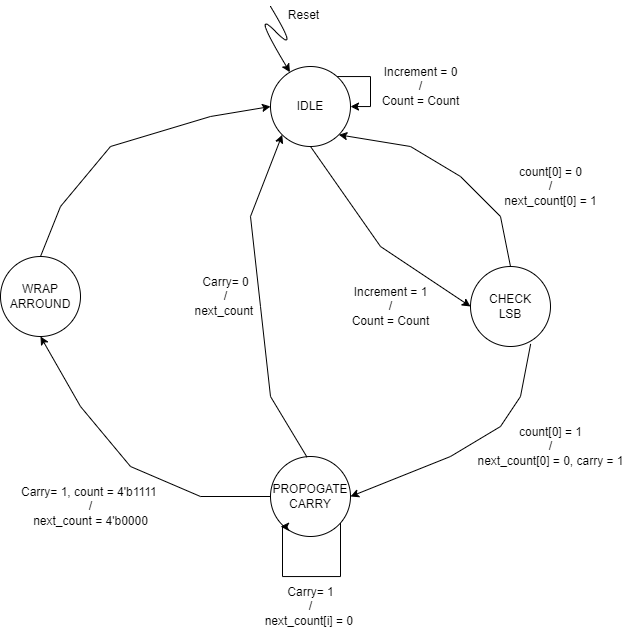
Earlier version of the draw.io export Hamza/src/Sequential Circuit/Binary Adder/docs/STG.drawio.png (medsuet/Xcelerium-IC-Design-Training). Source tidied: cells renumbered, new cells last; positions are measured from the earlier drawing's top-left corner, leaving out a move shared by most shapes.
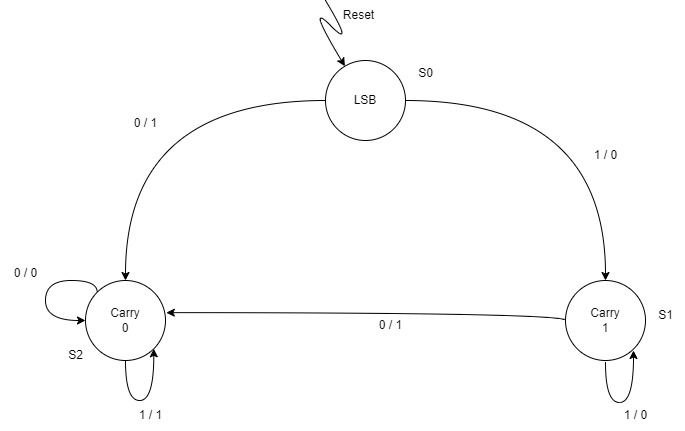
Later version of the same file.

What changed in the source:
```diff
@@ -2,121 +2,93 @@
   <root>
     <mxCell id="0" />
     <mxCell id="1" parent="0" />
-    <mxCell id="2" style="edgeStyle=orthogonalEdgeStyle;rounded=0;orthogonalLoop=1;jettySize=auto;html=1;" parent="1" edge="1" source="3" target="3">
-      <mxGeometry relative="1" as="geometry">
-        <Array as="points">
-          <mxPoint x="370" y="76" />
-          <mxPoint x="370" y="106" />
-        </Array>
-      </mxGeometry>
-    </mxCell>
+    <mxCell id="23" style="edgeStyle=orthogonalEdgeStyle;rounded=0;jettySize=auto;html=1;entryX=0.5;entryY=0;entryDx=0;entryDy=0;curved=1;" parent="1" edge="1" source="3" target="6">
+      <mxGeometry relative="1" as="geometry" />
+    </mxCell>
+    <mxCell id="10" style="edgeStyle=orthogonalEdgeStyle;rounded=0;jettySize=auto;html=1;entryX=0.5;entryY=0;entryDx=0;entryDy=0;curved=1;" parent="1" edge="1" source="3" target="4">
+      <mxGeometry relative="1" as="geometry" />
+    </mxCell>
-    <mxCell id="3" value="IDLE" style="ellipse;whiteSpace=wrap;html=1;" parent="1" vertex="1">
-      <mxGeometry x="270" y="66" width="80" height="80" as="geometry" />
+    <mxCell id="3" value="LSB" style="ellipse;whiteSpace=wrap;html=1;" parent="1" vertex="1">
+      <mxGeometry x="270" y="26" width="80" height="80" as="geometry" />
     </mxCell>
+    <mxCell id="24" style="edgeStyle=orthogonalEdgeStyle;rounded=0;jettySize=auto;html=1;curved=1;exitX=0;exitY=0.5;exitDx=0;exitDy=0;entryX=1.01;entryY=0.402;entryDx=0;entryDy=0;entryPerimeter=0;" parent="1" edge="1" source="4" target="6">
+      <mxGeometry relative="1" as="geometry">
+        <Array as="points">
+          <mxPoint x="510" y="278" />
+        </Array>
+      </mxGeometry>
+    </mxCell>
-    <mxCell id="4" value="CHECK&lt;div&gt;LSB&lt;/div&gt;" style="ellipse;whiteSpace=wrap;html=1;" parent="1" vertex="1">
-      <mxGeometry x="470" y="266" width="80" height="80" as="geometry" />
+    <mxCell id="4" value="Carry&lt;div&gt;1&lt;/div&gt;" style="ellipse;whiteSpace=wrap;html=1;" parent="1" vertex="1">
+      <mxGeometry x="510" y="246" width="80" height="80" as="geometry" />
     </mxCell>
-    <mxCell id="5" value="PROPOGATE&lt;div&gt;CARRY&lt;/div&gt;" style="ellipse;whiteSpace=wrap;html=1;" parent="1" vertex="1">
-      <mxGeometry x="270" y="456" width="80" height="80" as="geometry" />
-    </mxCell>
+    <mxCell id="25" style="edgeStyle=orthogonalEdgeStyle;rounded=0;orthogonalLoop=1;jettySize=auto;html=1;curved=1;entryX=1;entryY=1;entryDx=0;entryDy=0;" parent="1" edge="1" source="6" target="6">
+      <mxGeometry relative="1" as="geometry">
+        <Array as="points">
+          <mxPoint x="70" y="366" />
+          <mxPoint x="98" y="366" />
+        </Array>
+      </mxGeometry>
+    </mxCell>
-    <mxCell id="6" value="WRAP&lt;div&gt;ARROUND&lt;/div&gt;" style="ellipse;whiteSpace=wrap;html=1;" parent="1" vertex="1">
-      <mxGeometry y="256" width="80" height="80" as="geometry" />
+    <mxCell id="6" value="Carry&lt;div&gt;0&lt;/div&gt;" style="ellipse;whiteSpace=wrap;html=1;" parent="1" vertex="1">
+      <mxGeometry x="30" y="246" width="80" height="80" as="geometry" />
     </mxCell>
     <mxCell id="7" style="curved=1;endArrow=classic;html=1;rounded=0;" parent="1" edge="1" target="3">
       <mxGeometry relative="1" as="geometry">
-        <mxPoint x="270" y="6" as="sourcePoint" />
+        <mxPoint x="270" y="-34" as="sourcePoint" />
         <Array as="points">
-          <mxPoint x="300" y="56" />
-          <mxPoint x="250" y="6" />
+          <mxPoint x="300" y="16" />
+          <mxPoint x="250" y="-34" />
         </Array>
       </mxGeometry>
     </mxCell>
     <mxCell id="8" value="Reset" style="text;html=1;align=center;verticalAlign=middle;strokeColor=none;fillColor=none;" parent="1" vertex="1">
-      <mxGeometry x="278" width="50" height="30" as="geometry" />
+      <mxGeometry x="278" y="-34" width="50" height="30" as="geometry" />
     </mxCell>
-    <mxCell id="9" value="Increment = 0&lt;div&gt;/&lt;/div&gt;&lt;div&gt;Count = Count&lt;/div&gt;" style="text;html=1;align=center;verticalAlign=middle;strokeColor=none;fillColor=none;" parent="1" vertex="1">
-      <mxGeometry x="370" y="56" width="100" height="60" as="geometry" />
-    </mxCell>
-    <mxCell id="10" style="endArrow=classic;html=1;rounded=0;exitX=0.5;exitY=1;exitDx=0;exitDy=0;entryX=0;entryY=0.5;entryDx=0;entryDy=0;" parent="1" edge="1" source="3" target="4">
-      <mxGeometry relative="1" as="geometry">
-        <Array as="points">
-          <mxPoint x="380" y="246" />
-        </Array>
-      </mxGeometry>
-    </mxCell>
-    <mxCell id="11" style="endArrow=classic;html=1;rounded=0;entryX=0;entryY=0.5;entryDx=0;entryDy=0;exitX=0.5;exitY=0;exitDx=0;exitDy=0;" parent="1" edge="1" source="6" target="3">
-      <mxGeometry relative="1" as="geometry">
-        <Array as="points">
-          <mxPoint x="60" y="206" />
-          <mxPoint x="110" y="146" />
-          <mxPoint x="210" y="116" />
-        </Array>
-      </mxGeometry>
-    </mxCell>
-    <mxCell id="12" style="endArrow=classic;html=1;rounded=0;entryX=1;entryY=1;entryDx=0;entryDy=0;" parent="1" edge="1" target="3">
-      <mxGeometry relative="1" as="geometry">
-        <mxPoint x="510" y="266" as="sourcePoint" />
-        <Array as="points">
-          <mxPoint x="500" y="216" />
-          <mxPoint x="460" y="176" />
-          <mxPoint x="410" y="146" />
-        </Array>
-      </mxGeometry>
-    </mxCell>
-    <mxCell id="13" style="endArrow=classic;html=1;rounded=0;exitX=0.752;exitY=0.968;exitDx=0;exitDy=0;entryX=1;entryY=0.5;entryDx=0;entryDy=0;exitPerimeter=0;" parent="1" edge="1" source="4" target="5">
-      <mxGeometry relative="1" as="geometry">
-        <Array as="points">
-          <mxPoint x="520" y="396" />
-          <mxPoint x="500" y="426" />
-          <mxPoint x="450" y="456" />
-        </Array>
-      </mxGeometry>
-    </mxCell>
-    <mxCell id="14" style="edgeStyle=orthogonalEdgeStyle;rounded=0;jettySize=auto;html=1;" parent="1" edge="1" source="5">
-      <mxGeometry relative="1" as="geometry">
-        <mxPoint x="280" y="526" as="targetPoint" />
-        <Array as="points">
-          <mxPoint x="340" y="576" />
-          <mxPoint x="282" y="576" />
-          <mxPoint x="282" y="526" />
-        </Array>
-      </mxGeometry>
-    </mxCell>
-    <mxCell id="15" style="endArrow=classic;html=1;rounded=0;exitX=0;exitY=0.5;exitDx=0;exitDy=0;entryX=0.5;entryY=1;entryDx=0;entryDy=0;" parent="1" edge="1" source="5" target="6">
-      <mxGeometry relative="1" as="geometry">
-        <Array as="points">
-          <mxPoint x="200" y="496" />
-          <mxPoint x="130" y="466" />
-          <mxPoint x="80" y="406" />
-        </Array>
-      </mxGeometry>
-    </mxCell>
-    <mxCell id="16" style="endArrow=classic;html=1;rounded=0;entryX=0;entryY=1;entryDx=0;entryDy=0;exitX=0.457;exitY=0.009;exitDx=0;exitDy=0;exitPerimeter=0;" parent="1" edge="1" source="5" target="3">
-      <mxGeometry relative="1" as="geometry">
-        <Array as="points">
-          <mxPoint x="270" y="396" />
-          <mxPoint x="260" y="306" />
-          <mxPoint x="250" y="216" />
-        </Array>
-      </mxGeometry>
-    </mxCell>
-    <mxCell id="17" value="count[0] = 0&lt;div&gt;/&lt;/div&gt;&lt;div&gt;next_count[0] = 1&lt;/div&gt;" style="text;html=1;align=center;verticalAlign=middle;strokeColor=none;fillColor=none;" parent="1" vertex="1">
-      <mxGeometry x="490" y="156" width="120" height="60" as="geometry" />
-    </mxCell>
-    <mxCell id="18" value="Increment = 1&lt;div&gt;/&lt;/div&gt;&lt;div&gt;Count = Count&lt;/div&gt;" style="text;html=1;align=center;verticalAlign=middle;strokeColor=none;fillColor=none;" parent="1" vertex="1">
-      <mxGeometry x="340" y="276" width="100" height="60" as="geometry" />
-    </mxCell>
-    <mxCell id="19" value="count[0] = 1&lt;div&gt;/&lt;/div&gt;&lt;div&gt;next_count[0] = 0, carry = 1&lt;/div&gt;" style="text;html=1;align=center;verticalAlign=middle;strokeColor=none;fillColor=none;" parent="1" vertex="1">
-      <mxGeometry x="465" y="416" width="170" height="60" as="geometry" />
-    </mxCell>
-    <mxCell id="20" value="Carry= 0&lt;div&gt;/&lt;/div&gt;&lt;div&gt;next_count&amp;nbsp;&lt;/div&gt;" style="text;html=1;align=center;verticalAlign=middle;strokeColor=none;fillColor=none;" parent="1" vertex="1">
-      <mxGeometry x="180" y="266" width="90" height="60" as="geometry" />
-    </mxCell>
-    <mxCell id="21" value="Carry= 1&lt;div&gt;/&lt;/div&gt;&lt;div&gt;next_count[i] = 0&amp;nbsp;&lt;/div&gt;" style="text;html=1;align=center;verticalAlign=middle;strokeColor=none;fillColor=none;" parent="1" vertex="1">
-      <mxGeometry x="250" y="576" width="120" height="60" as="geometry" />
-    </mxCell>
-    <mxCell id="22" value="Carry= 1, count = 4'b1111&amp;nbsp;&lt;div&gt;/&lt;/div&gt;&lt;div&gt;next_count = 4'b0000&lt;/div&gt;" style="text;html=1;align=center;verticalAlign=middle;strokeColor=none;fillColor=none;" parent="1" vertex="1">
-      <mxGeometry x="10" y="476" width="160" height="60" as="geometry" />
-    </mxCell>
+    <mxCell id="26" style="edgeStyle=orthogonalEdgeStyle;rounded=0;orthogonalLoop=1;jettySize=auto;html=1;curved=1;entryX=0;entryY=0.5;entryDx=0;entryDy=0;exitX=0;exitY=0;exitDx=0;exitDy=0;" parent="1" edge="1" source="6" target="6">
+      <mxGeometry relative="1" as="geometry">
+        <Array as="points">
+          <mxPoint x="42" y="246" />
+          <mxPoint x="-10" y="246" />
+          <mxPoint x="-10" y="286" />
+        </Array>
+      </mxGeometry>
+    </mxCell>
+    <mxCell id="27" style="edgeStyle=orthogonalEdgeStyle;rounded=0;orthogonalLoop=1;jettySize=auto;html=1;curved=1;entryX=1;entryY=1;entryDx=0;entryDy=0;" parent="1" edge="1">
+      <mxGeometry relative="1" as="geometry">
+        <mxPoint x="550" y="328" as="sourcePoint" />
+        <mxPoint x="578" y="316" as="targetPoint" />
+        <Array as="points">
+          <mxPoint x="550" y="368" />
+          <mxPoint x="578" y="368" />
+        </Array>
+      </mxGeometry>
+    </mxCell>
+    <mxCell id="28" value="S0" style="text;html=1;align=center;verticalAlign=middle;strokeColor=none;fillColor=none;" parent="1" vertex="1">
+      <mxGeometry x="350" y="24" width="40" height="30" as="geometry" />
+    </mxCell>
+    <mxCell id="29" value="S1" style="text;html=1;align=center;verticalAlign=middle;strokeColor=none;fillColor=none;" parent="1" vertex="1">
+      <mxGeometry x="590" y="266" width="40" height="30" as="geometry" />
+    </mxCell>
+    <mxCell id="30" value="S2" style="text;html=1;align=center;verticalAlign=middle;strokeColor=none;fillColor=none;" parent="1" vertex="1">
+      <mxGeometry y="306" width="40" height="30" as="geometry" />
+    </mxCell>
+    <mxCell id="31" value="1 / 0" style="text;html=1;align=center;verticalAlign=middle;strokeColor=none;fillColor=none;" parent="1" vertex="1">
+      <mxGeometry x="525" y="106" width="50" height="30" as="geometry" />
+    </mxCell>
+    <mxCell id="32" value="1 / 0" style="text;html=1;align=center;verticalAlign=middle;strokeColor=none;fillColor=none;" parent="1" vertex="1">
+      <mxGeometry x="555" y="366" width="50" height="30" as="geometry" />
+    </mxCell>
+    <mxCell id="33" value="0 / 1" style="text;html=1;align=center;verticalAlign=middle;strokeColor=none;fillColor=none;" parent="1" vertex="1">
+      <mxGeometry x="310" y="276" width="50" height="30" as="geometry" />
+    </mxCell>
+    <mxCell id="34" value="1 / 1" style="text;html=1;align=center;verticalAlign=middle;strokeColor=none;fillColor=none;" parent="1" vertex="1">
+      <mxGeometry x="70" y="366" width="50" height="30" as="geometry" />
+    </mxCell>
+    <mxCell id="35" value="0 / 0" style="text;html=1;align=center;verticalAlign=middle;strokeColor=none;fillColor=none;" parent="1" vertex="1">
+      <mxGeometry x="-55" y="224" width="50" height="30" as="geometry" />
+    </mxCell>
+    <mxCell id="36" value="0 / 1" style="text;html=1;align=center;verticalAlign=middle;strokeColor=none;fillColor=none;" parent="1" vertex="1">
+      <mxGeometry x="65" y="74" width="50" height="30" as="geometry" />
+    </mxCell>
   </root>
 </mxGraphModel>
```
